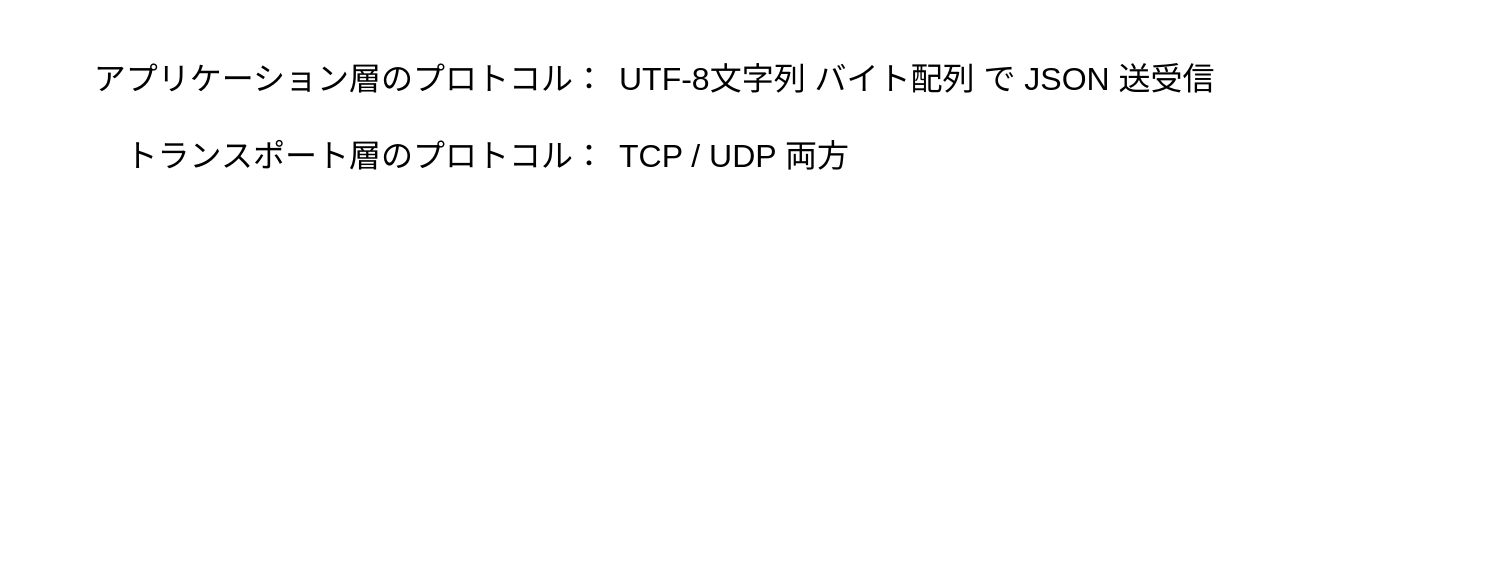
3doriTea/VRTea keeps this draw.io diagram as page "プロトコル" (1 of 9) of Doc/サーバー側説明.drawio. Above is the earlier version. Source tidied: cells renumbered, new cells numbered last; positions are measured from the earlier drawing's top-left corner, leaving out a move shared by most shapes. Both pictures are drawn from the tidied source at 100%, with x=0, y=0 at pixel (17, 17).
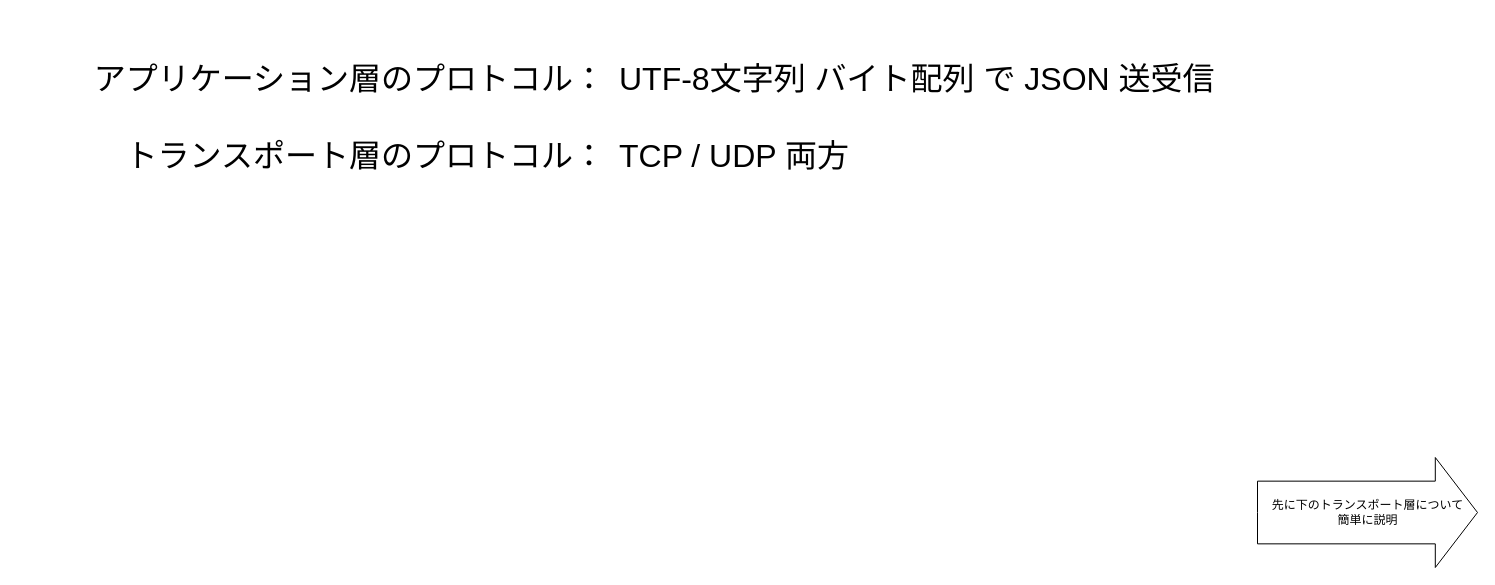
The same page after the edit.

What changed in the source:
```diff
@@
 <mxGraphModel>
   <root>
     <mxCell id="0" />
     <mxCell id="1" parent="0" />
     <mxCell id="2" value="アプリケーション層のプロトコル：&lt;div&gt;&lt;br&gt;&lt;/div&gt;&lt;div&gt;トランスポート層&lt;span style=&quot;background-color: transparent; color: light-dark(rgb(0, 0, 0), rgb(255, 255, 255));&quot;&gt;のプロトコル&lt;/span&gt;&lt;span style=&quot;background-color: transparent; color: light-dark(rgb(0, 0, 0), rgb(255, 255, 255));&quot;&gt;：&lt;/span&gt;&lt;/div&gt;" style="text;html=1;whiteSpace=wrap;strokeColor=none;fillColor=none;align=right;verticalAlign=middle;rounded=0;fontFamily=DotGothic16;fontSize=32;" parent="1" vertex="1">
       <mxGeometry width="590" height="200" as="geometry" />
     </mxCell>
     <mxCell id="3" value="UTF-8文字列 バイト配列 で JSON 送受信&lt;div&gt;&lt;br&gt;&lt;/div&gt;&lt;div&gt;TCP / UDP 両方&lt;/div&gt;" style="text;html=1;whiteSpace=wrap;strokeColor=none;fillColor=none;align=left;verticalAlign=middle;rounded=0;fontFamily=DotGothic16;fontSize=32;" parent="1" vertex="1">
       <mxGeometry x="600" width="690" height="200" as="geometry" />
     </mxCell>
+    <mxCell id="4" value="先に下のトランスポート層について&lt;div&gt;簡単に説明&lt;/div&gt;" style="html=1;shadow=0;dashed=0;align=center;verticalAlign=middle;shape=mxgraph.arrows2.arrow;dy=0.43;dx=42.2;notch=0;" parent="1" vertex="1">
+      <mxGeometry x="1240" y="440" width="220" height="110" as="geometry" />
+    </mxCell>
   </root>
 </mxGraphModel>
```
